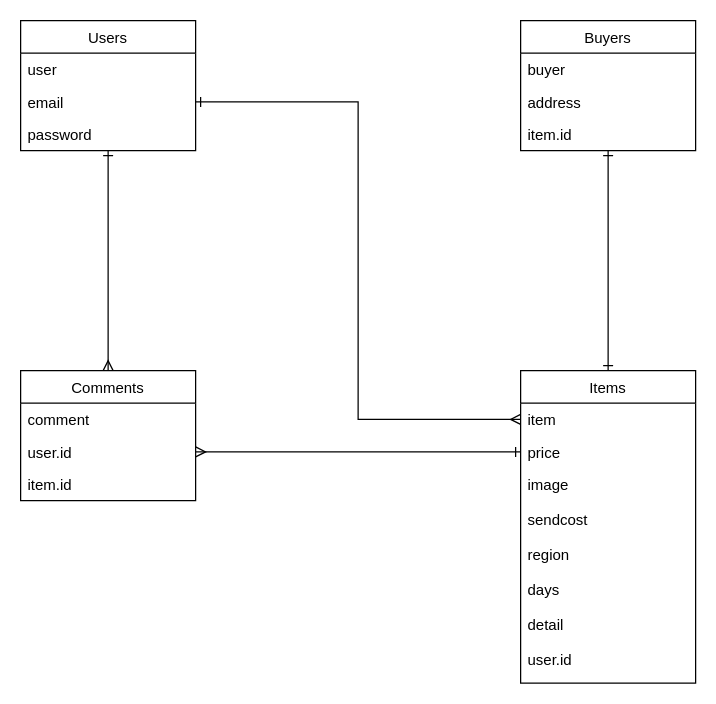
Earlier version of the draw.io diagram app/ER.dio (u-kaji/furima-36215). Source tidied: cells renumbered, new cells numbered last; positions are measured from the earlier drawing's top-left corner, leaving out a move shared by most shapes. Both pictures are drawn from the tidied source at 125%, with x=0, y=0 at pixel (20, 20).
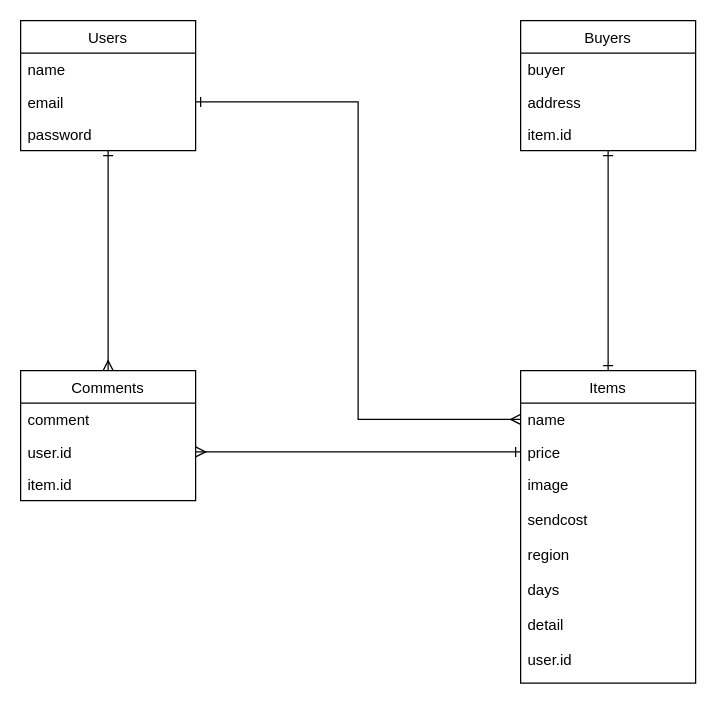
After the change.

Commit message (it also covers changes not shown here):
read_me作成

Unchanged cells that the change refers to:
```xml
<mxCell id="3" value="Users" style="swimlane;fontStyle=0;horizontal=1;startSize=26;" parent="1" vertex="1">
  <mxGeometry width="140" height="104" as="geometry" />
</mxCell>
<mxCell id="16" value="Items" style="swimlane;fontStyle=0;horizontal=1;startSize=26;" parent="1" vertex="1">
  <mxGeometry x="400" y="280" width="140" height="250" as="geometry" />
</mxCell>
```

Diff of the diagram source:
```diff
@@
-    <mxCell id="4" value="user" style="text;strokeColor=none;fillColor=none;align=left;verticalAlign=top;spacingLeft=4;spacingRight=4;overflow=hidden;" parent="3" vertex="1">
+    <mxCell id="4" value="name" style="text;strokeColor=none;fillColor=none;align=left;verticalAlign=top;spacingLeft=4;spacingRight=4;overflow=hidden;" parent="3" vertex="1">
       <mxGeometry y="26" width="140" height="26" as="geometry" />
     </mxCell>
@@
-    <mxCell id="17" value="item" style="text;strokeColor=none;fillColor=none;align=left;verticalAlign=top;spacingLeft=4;spacingRight=4;overflow=hidden;points=[[0,0.5],[1,0.5]];portConstraint=eastwest;" parent="16" vertex="1">
+    <mxCell id="17" value="name" style="text;strokeColor=none;fillColor=none;align=left;verticalAlign=top;spacingLeft=4;spacingRight=4;overflow=hidden;points=[[0,0.5],[1,0.5]];portConstraint=eastwest;" parent="16" vertex="1">
       <mxGeometry y="26" width="140" height="26" as="geometry" />
     </mxCell>
```
